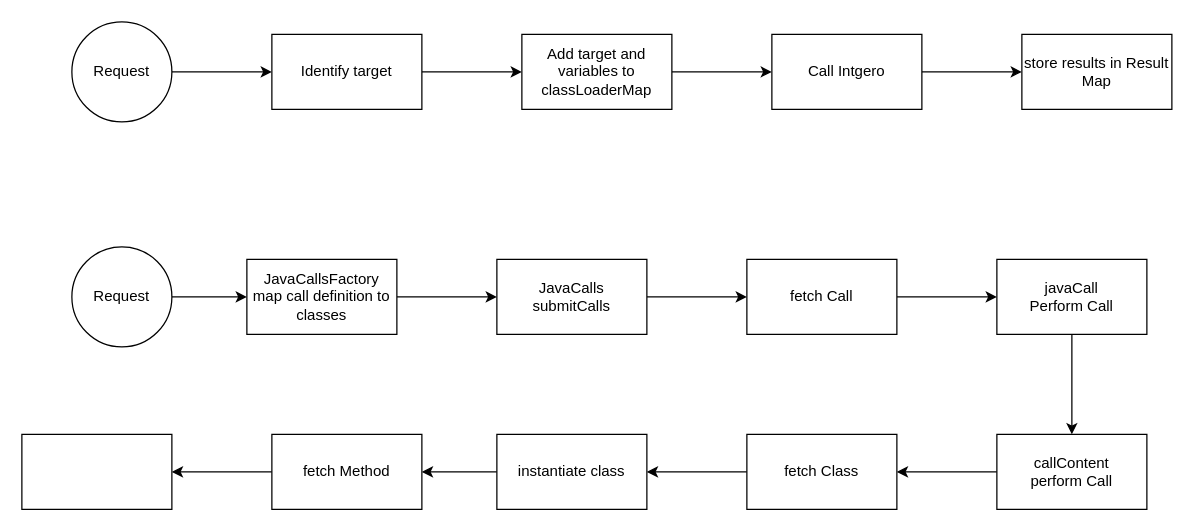
adobe/bridgeService keeps this draw.io diagram as page "Execution Process" (6 of 7) of diagrams/Processes.drawio. Above is the earlier version. Source tidied: cells renumbered, new cells numbered last; positions are measured from the earlier drawing's top-left corner, leaving out a move shared by most shapes. Both pictures are drawn from the tidied source at 125%, with x=0, y=0 at pixel (21, 21).
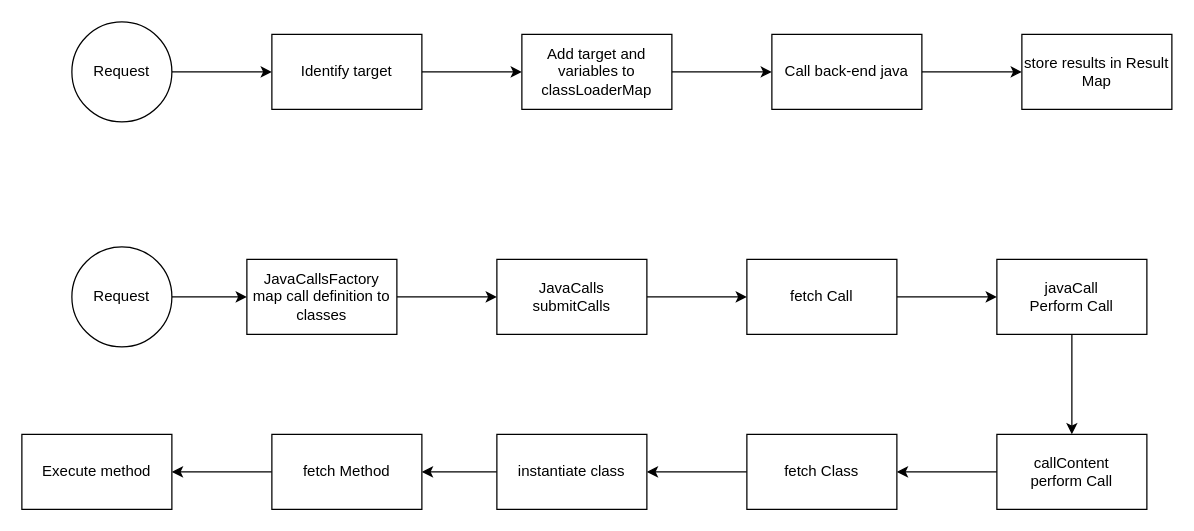
The same diagram, later.

The edit, as a diff of the source:
```diff
@@
-    <mxCell id="9" value="Call Intgero" style="whiteSpace=wrap;html=1;" parent="1" vertex="1">
+    <mxCell id="9" value="Call back-end java" style="whiteSpace=wrap;html=1;" parent="1" vertex="1">
       <mxGeometry x="600" y="10" width="120" height="60" as="geometry" />
     </mxCell>
@@
-    <mxCell id="29" style="whiteSpace=wrap;html=1;" parent="1" vertex="1">
+    <mxCell id="29" value="Execute method" style="whiteSpace=wrap;html=1;" parent="1" vertex="1">
       <mxGeometry y="330" width="120" height="60" as="geometry" />
     </mxCell>
```
